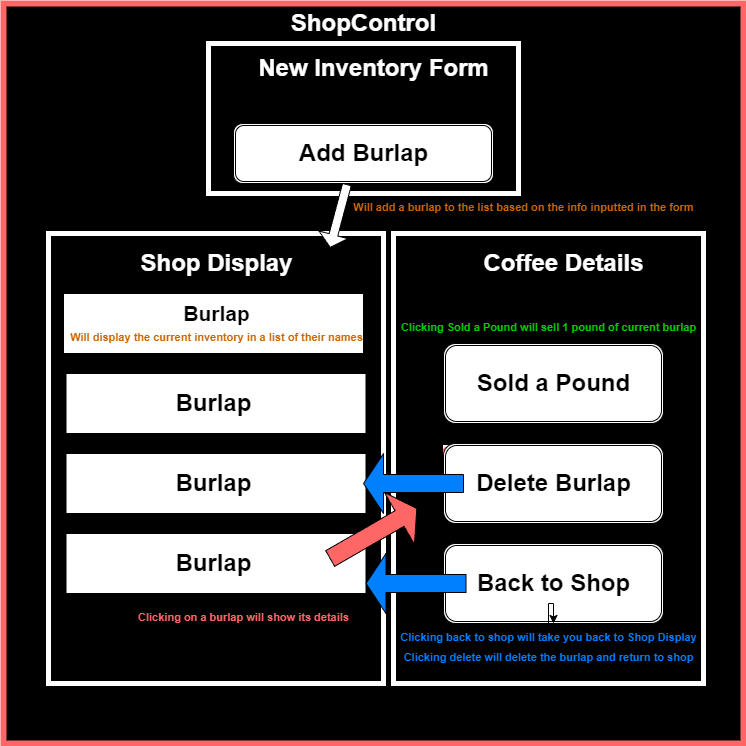
This is CoffeeShopDiagram.drawio.png from tdietzel/Coffee_Shop_Redux, a draw.io export, as it was before one commit. Source tidied: cells renumbered, new cells last; positions are measured from the earlier drawing's top-left corner, leaving out a move shared by most shapes.
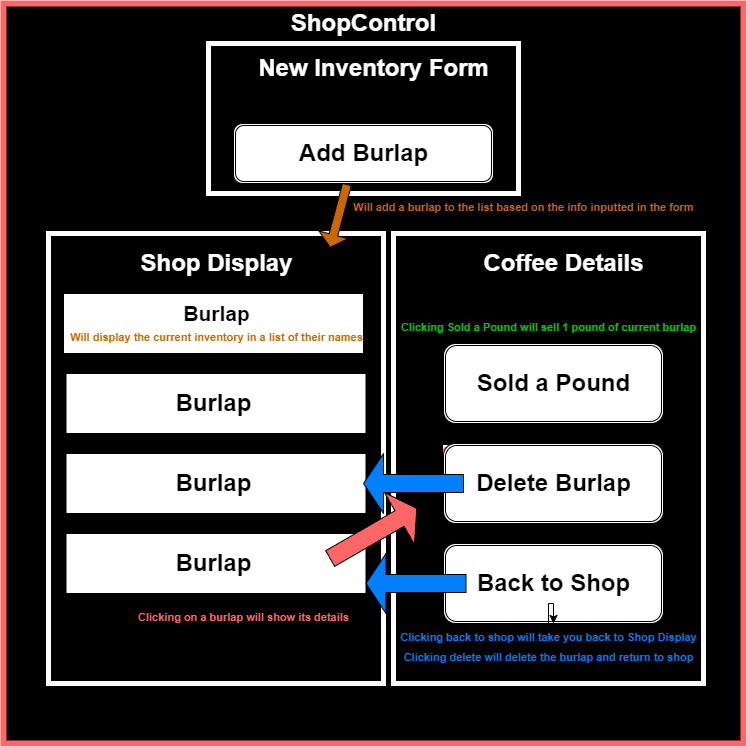
After the change.

The edit, as a diff of the source:
```diff
@@ -101,7 +101,7 @@
     <mxCell id="34" value="&lt;font color=&quot;#cc6600&quot; style=&quot;font-size: 11px;&quot;&gt;Will display the current inventory in a list of their names&lt;/font&gt;" style="text;strokeColor=none;fillColor=none;html=1;fontSize=24;fontStyle=1;verticalAlign=middle;align=center;" parent="1" vertex="1">
       <mxGeometry x="202.5" y="320" width="20" height="20" as="geometry" />
     </mxCell>
-    <mxCell id="35" style="shape=singleArrow;direction=south;whiteSpace=wrap;html=1;rotation=15;" parent="1" vertex="1">
+    <mxCell id="35" style="shape=singleArrow;direction=south;whiteSpace=wrap;html=1;rotation=15;fillColor=#CC6600;" parent="1" vertex="1">
       <mxGeometry x="320" y="180" width="30" height="65" as="geometry" />
     </mxCell>
     <mxCell id="36" value="&lt;font color=&quot;#cc6600&quot; style=&quot;font-size: 11px;&quot;&gt;Will add a burlap to the list based on the info inputted in the form&lt;/font&gt;" style="text;strokeColor=none;fillColor=none;html=1;fontSize=24;fontStyle=1;verticalAlign=middle;align=center;" parent="1" vertex="1">
```
